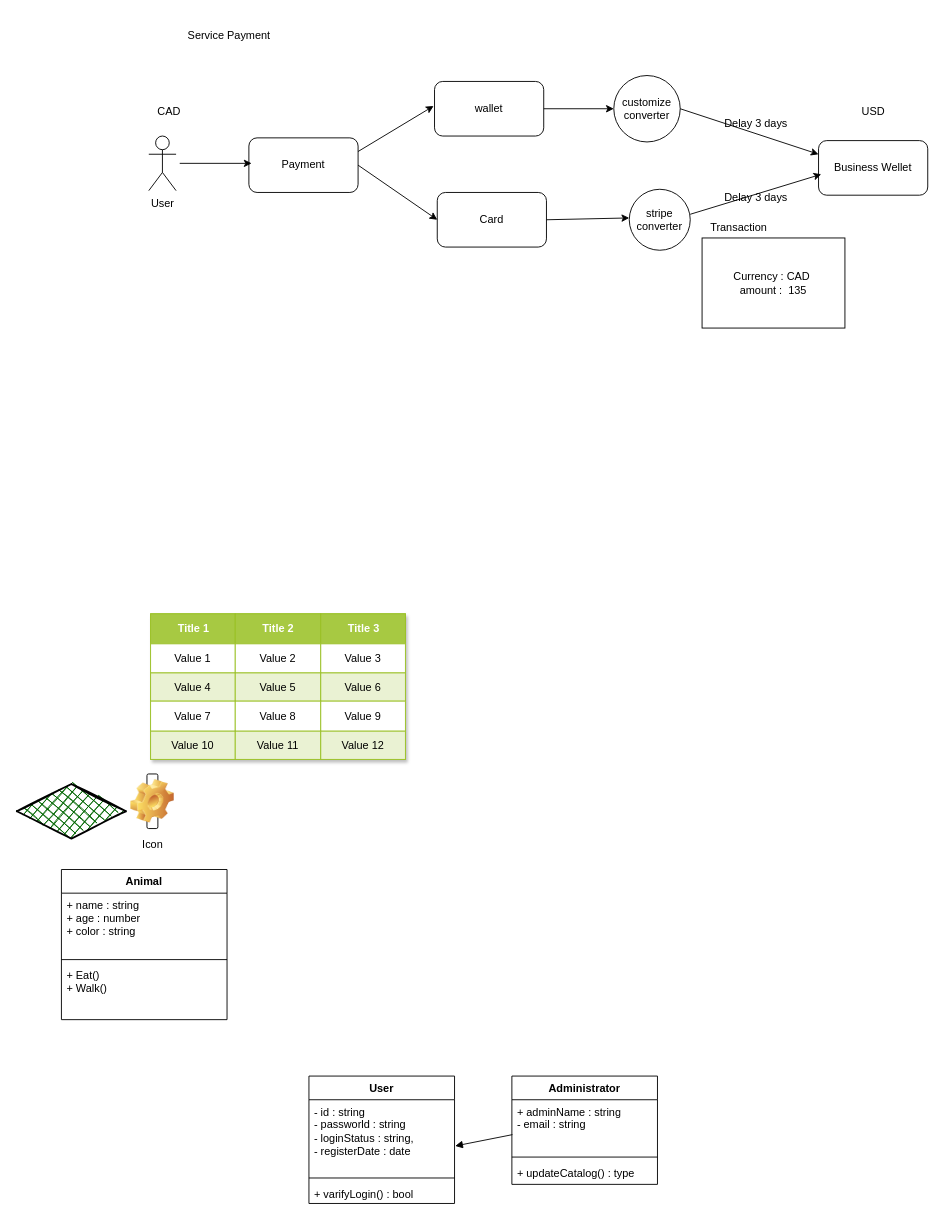
Earlier version of the draw.io diagram service payment.drawio (mamun4023/diagrams). Source tidied: cells renumbered, new cells numbered last; positions are measured from the earlier drawing's top-left corner, leaving out a move shared by most shapes. Both pictures are drawn from the tidied source at 91%, with x=0, y=0 at pixel (16, 24).
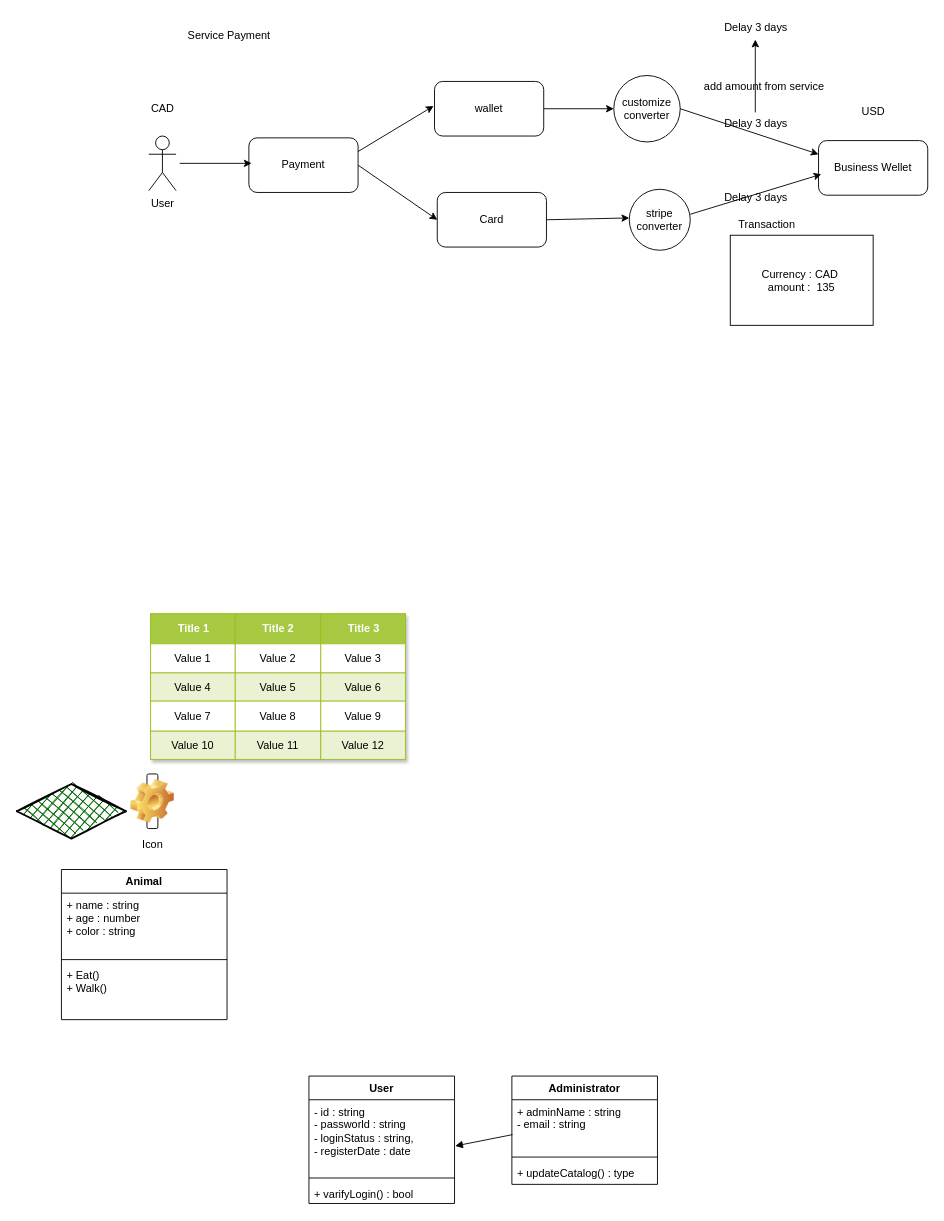
The same page after the edit.

Unchanged cells that the change refers to:
```xml
<mxCell id="56" value="Delay 3 days" style="text;html=1;align=center;verticalAlign=middle;points=[];strokeColor=none;fillColor=none;" parent="1" vertex="1">
  <mxGeometry x="768" y="97" width="87" height="26" as="geometry" />
</mxCell>
```

The edit, as a diff of the source:
```diff
@@
     <mxCell id="53" value="CAD" style="text;html=1;align=center;verticalAlign=middle;strokeColor=none;fillColor=none;" parent="1" vertex="1">
-      <mxGeometry x="145" y="83" width="43" height="26" as="geometry" />
+      <mxGeometry x="138.5" y="80" width="43" height="26" as="geometry" />
     </mxCell>
@@
+    <mxCell id="60" style="edgeStyle=orthogonalEdgeStyle;rounded=0;jettySize=auto;html=1;" parent="1" edge="1" source="56" target="61">
+      <mxGeometry relative="1" as="geometry" />
+    </mxCell>
@@
     <mxCell id="57" style="group;" parent="1" vertex="1">
-      <mxGeometry x="753" y="211" width="157" height="123" as="geometry" />
+      <mxGeometry x="784" y="208" width="157" height="123" as="geometry" />
     </mxCell>
@@
+    <mxCell id="61" value="Delay 3 days" style="text;html=1;align=center;verticalAlign=middle;points=[];strokeColor=none;fillColor=none;" parent="1" vertex="1">
+      <mxGeometry x="768" y="-9" width="87" height="26" as="geometry" />
+    </mxCell>
+    <mxCell id="62" value="add amount from service" style="text;html=1;align=center;verticalAlign=middle;strokeColor=none;fillColor=none;" parent="1" vertex="1">
+      <mxGeometry x="746" y="56" width="150" height="26" as="geometry" />
+    </mxCell>
```
